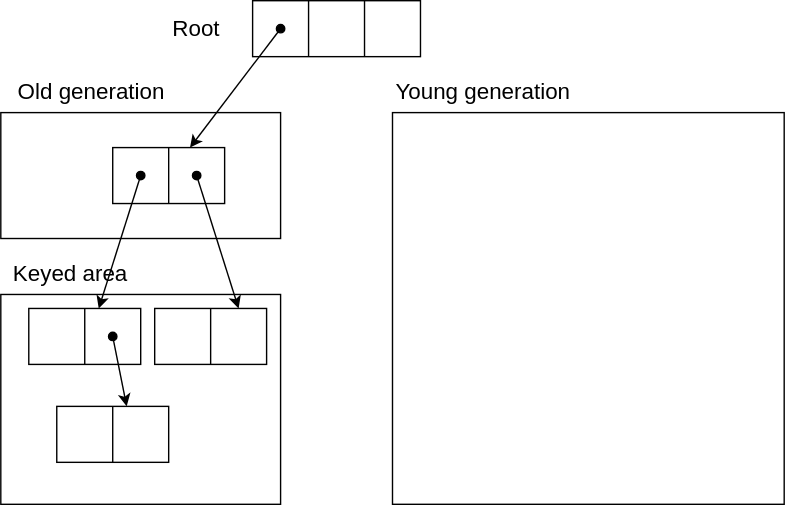
drop-stones/slides keeps this draw.io diagram as assets/img/lecture_materials/GarbageCollection/ch7/key-object-after-promotion.drawio.svg. Above is the earlier version. Source tidied: cells renumbered, new cells last; positions are measured from the earlier drawing's top-left corner, leaving out a move shared by most shapes. The source it was exported from:
```xml
<mxGraphModel>
  <root>
    <mxCell id="0" />
    <mxCell id="1" parent="0" />
    <mxCell id="2" style="rounded=0;whiteSpace=wrap;html=1;fillColor=none;" parent="1" vertex="1">
      <mxGeometry y="80" width="200" height="90" as="geometry" />
    </mxCell>
    <mxCell id="3" style="rounded=0;whiteSpace=wrap;html=1;fillColor=none;" parent="1" vertex="1">
      <mxGeometry x="280" y="80" width="280" height="280" as="geometry" />
    </mxCell>
    <mxCell id="4" value="&lt;font style=&quot;font-size: 16px&quot;&gt;Old generation&lt;/font&gt;" style="text;html=1;strokeColor=none;fillColor=none;align=center;verticalAlign=middle;whiteSpace=wrap;rounded=0;" parent="1" vertex="1">
      <mxGeometry y="50" width="130" height="30" as="geometry" />
    </mxCell>
    <mxCell id="5" value="&lt;font style=&quot;font-size: 16px&quot;&gt;Young generation&lt;/font&gt;" style="text;html=1;strokeColor=none;fillColor=none;align=center;verticalAlign=middle;whiteSpace=wrap;rounded=0;" parent="1" vertex="1">
      <mxGeometry x="280" y="50" width="130" height="30" as="geometry" />
    </mxCell>
    <mxCell id="6" style="shape=table;startSize=0;fillColor=none;" parent="1" vertex="1">
      <mxGeometry x="80" y="105" width="80" height="40" as="geometry" />
    </mxCell>
    <mxCell id="7" style="shape=partialRectangle;fillColor=none;top=0;left=0;bottom=0;right=0;points=[[0,0.5],[1,0.5]];portConstraint=eastwest;" parent="6" vertex="1">
      <mxGeometry width="80" height="40" as="geometry" />
    </mxCell>
    <mxCell id="8" style="shape=partialRectangle;html=1;whiteSpace=wrap;overflow=hidden;fillColor=none;top=0;left=0;bottom=0;right=0;" parent="7" vertex="1">
      <mxGeometry width="40" height="40" as="geometry" />
    </mxCell>
    <mxCell id="9" style="shape=partialRectangle;html=1;whiteSpace=wrap;overflow=hidden;fillColor=none;top=0;left=0;bottom=0;right=0;" parent="7" vertex="1">
      <mxGeometry x="40" width="40" height="40" as="geometry" />
    </mxCell>
    <mxCell id="10" style="shape=table;startSize=0;fillColor=none;" parent="1" vertex="1">
      <mxGeometry x="20" y="220" width="80" height="40" as="geometry" />
    </mxCell>
    <mxCell id="11" style="shape=partialRectangle;fillColor=none;top=0;left=0;bottom=0;right=0;" parent="10" vertex="1">
      <mxGeometry width="80" height="40" as="geometry" />
    </mxCell>
    <mxCell id="12" style="shape=partialRectangle;html=1;whiteSpace=wrap;overflow=hidden;fillColor=none;top=0;left=0;bottom=0;right=0;" parent="11" vertex="1">
      <mxGeometry width="40" height="40" as="geometry" />
    </mxCell>
    <mxCell id="13" style="shape=partialRectangle;html=1;whiteSpace=wrap;overflow=hidden;fillColor=none;top=0;left=0;bottom=0;right=0;" parent="11" vertex="1">
      <mxGeometry x="40" width="40" height="40" as="geometry" />
    </mxCell>
    <mxCell id="14" style="endArrow=classic;html=1;startArrow=oval;startFill=1;entryX=0.35;entryY=0.067;entryDx=0;entryDy=0;entryPerimeter=0;" parent="1" edge="1" target="32">
      <mxGeometry relative="1" as="geometry">
        <mxPoint x="100" y="125" as="sourcePoint" />
      </mxGeometry>
    </mxCell>
    <mxCell id="15" style="shape=table;startSize=0;fillColor=none;" parent="1" vertex="1">
      <mxGeometry x="180" width="120" height="40" as="geometry" />
    </mxCell>
    <mxCell id="16" style="shape=partialRectangle;fillColor=none;top=0;left=0;bottom=0;right=0;" parent="15" vertex="1">
      <mxGeometry width="120" height="40" as="geometry" />
    </mxCell>
    <mxCell id="17" style="shape=partialRectangle;html=1;whiteSpace=wrap;overflow=hidden;fillColor=none;top=0;left=0;bottom=0;right=0;" parent="16" vertex="1">
      <mxGeometry width="40" height="40" as="geometry" />
    </mxCell>
    <mxCell id="18" style="shape=partialRectangle;html=1;whiteSpace=wrap;overflow=hidden;fillColor=none;top=0;left=0;bottom=0;right=0;" parent="16" vertex="1">
      <mxGeometry x="40" width="40" height="40" as="geometry" />
    </mxCell>
    <mxCell id="19" style="shape=partialRectangle;html=1;whiteSpace=wrap;overflow=hidden;fillColor=none;top=0;left=0;bottom=0;right=0;" parent="16" vertex="1">
      <mxGeometry x="80" width="40" height="40" as="geometry" />
    </mxCell>
    <mxCell id="20" style="shape=table;startSize=0;fillColor=none;" parent="1" vertex="1">
      <mxGeometry x="40" y="290" width="80" height="40" as="geometry" />
    </mxCell>
    <mxCell id="21" style="shape=partialRectangle;fillColor=none;top=0;left=0;bottom=0;right=0;" parent="20" vertex="1">
      <mxGeometry width="80" height="40" as="geometry" />
    </mxCell>
    <mxCell id="22" style="shape=partialRectangle;html=1;whiteSpace=wrap;overflow=hidden;fillColor=none;top=0;left=0;bottom=0;right=0;" parent="21" vertex="1">
      <mxGeometry width="40" height="40" as="geometry" />
    </mxCell>
    <mxCell id="23" style="shape=partialRectangle;html=1;whiteSpace=wrap;overflow=hidden;fillColor=none;top=0;left=0;bottom=0;right=0;" parent="21" vertex="1">
      <mxGeometry x="40" width="40" height="40" as="geometry" />
    </mxCell>
    <mxCell id="24" style="shape=table;startSize=0;fillColor=none;" parent="1" vertex="1">
      <mxGeometry x="110" y="220" width="80" height="40" as="geometry" />
    </mxCell>
    <mxCell id="25" style="shape=partialRectangle;fillColor=none;top=0;left=0;bottom=0;right=0;" parent="24" vertex="1">
      <mxGeometry width="80" height="40" as="geometry" />
    </mxCell>
    <mxCell id="26" style="shape=partialRectangle;html=1;whiteSpace=wrap;overflow=hidden;fillColor=none;top=0;left=0;bottom=0;right=0;" parent="25" vertex="1">
      <mxGeometry width="40" height="40" as="geometry" />
    </mxCell>
    <mxCell id="27" style="shape=partialRectangle;html=1;whiteSpace=wrap;overflow=hidden;fillColor=none;top=0;left=0;bottom=0;right=0;" parent="25" vertex="1">
      <mxGeometry x="40" width="40" height="40" as="geometry" />
    </mxCell>
    <mxCell id="28" style="endArrow=classic;html=1;startArrow=oval;startFill=1;entryX=0.45;entryY=0.533;entryDx=0;entryDy=0;entryPerimeter=0;" parent="1" edge="1" target="32">
      <mxGeometry relative="1" as="geometry">
        <mxPoint x="80" y="240" as="sourcePoint" />
      </mxGeometry>
    </mxCell>
    <mxCell id="29" style="endArrow=classic;html=1;startArrow=oval;startFill=1;entryX=0.85;entryY=0.067;entryDx=0;entryDy=0;entryPerimeter=0;" parent="1" edge="1" target="32">
      <mxGeometry relative="1" as="geometry">
        <mxPoint x="140" y="125" as="sourcePoint" />
      </mxGeometry>
    </mxCell>
    <mxCell id="30" style="endArrow=classic;html=1;startArrow=oval;startFill=1;" parent="1" edge="1" target="7">
      <mxGeometry relative="1" as="geometry">
        <mxPoint x="200" y="20" as="sourcePoint" />
      </mxGeometry>
    </mxCell>
    <mxCell id="31" value="&lt;font style=&quot;font-size: 16px&quot;&gt;Root&lt;/font&gt;" style="text;html=1;strokeColor=none;fillColor=none;align=center;verticalAlign=middle;whiteSpace=wrap;rounded=0;" parent="1" vertex="1">
      <mxGeometry x="110" y="5" width="60" height="30" as="geometry" />
    </mxCell>
    <mxCell id="32" style="rounded=0;whiteSpace=wrap;html=1;fillColor=none;" parent="1" vertex="1">
      <mxGeometry y="210" width="200" height="150" as="geometry" />
    </mxCell>
    <mxCell id="33" value="&lt;font style=&quot;font-size: 16px&quot;&gt;Keyed area&lt;/font&gt;" style="text;html=1;strokeColor=none;fillColor=none;align=center;verticalAlign=middle;whiteSpace=wrap;rounded=0;" parent="1" vertex="1">
      <mxGeometry y="180" width="100" height="30" as="geometry" />
    </mxCell>
  </root>
</mxGraphModel>
```
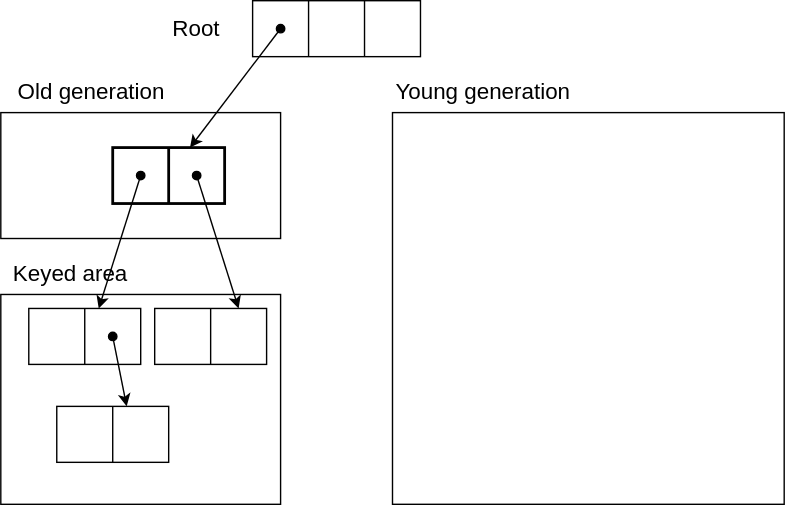
The same file after the commit.

What changed in the source:
```diff
@@ -14,7 +14,7 @@
     <mxCell id="5" value="&lt;font style=&quot;font-size: 16px&quot;&gt;Young generation&lt;/font&gt;" style="text;html=1;strokeColor=none;fillColor=none;align=center;verticalAlign=middle;whiteSpace=wrap;rounded=0;" parent="1" vertex="1">
       <mxGeometry x="280" y="50" width="130" height="30" as="geometry" />
     </mxCell>
-    <mxCell id="6" style="shape=table;startSize=0;fillColor=none;" parent="1" vertex="1">
+    <mxCell id="6" style="shape=table;startSize=0;fillColor=none;strokeWidth=2;" parent="1" vertex="1">
       <mxGeometry x="80" y="105" width="80" height="40" as="geometry" />
     </mxCell>
     <mxCell id="7" style="shape=partialRectangle;fillColor=none;top=0;left=0;bottom=0;right=0;points=[[0,0.5],[1,0.5]];portConstraint=eastwest;" parent="6" vertex="1">
```
